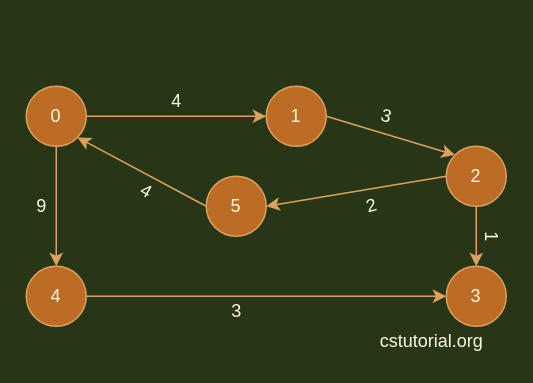
This is page "Page-1" (1 of 7) of dijkstra.drawio from pustvts/pustvts-info, a draw.io file, before an edit. Source tidied: cells renumbered, new cells numbered last; positions are measured from the earlier drawing's top-left corner, leaving out a move shared by most shapes. Both pictures are drawn from the tidied source at 150%, with x=0, y=0 at pixel (26, 86).
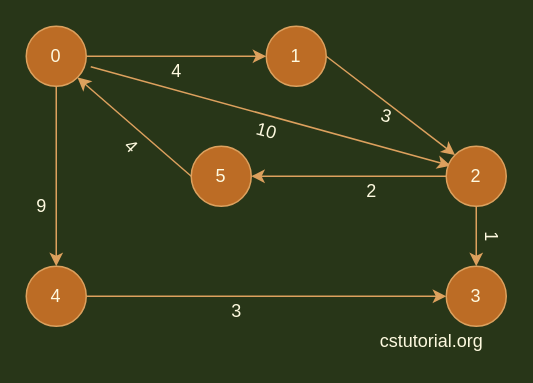
The same diagram, later.

The change refers to these unchanged cells:
```xml
<mxCell id="9" value="2" style="ellipse;whiteSpace=wrap;html=1;fillColor=#BC6C25;strokeColor=#DDA15E;fontColor=#FEFAE0;" parent="1" vertex="1">
  <mxGeometry x="280" y="40" width="40" height="40" as="geometry" />
</mxCell>
```

Change to the diagram source:
```diff
@@
+    <mxCell id="23" style="rounded=1;sketch=0;jettySize=auto;html=1;exitX=1.075;exitY=0.675;exitDx=0;exitDy=0;entryX=0.075;entryY=0.325;entryDx=0;entryDy=0;fontColor=#FEFAE0;strokeColor=#DDA15E;fillColor=#BC6C25;entryPerimeter=0;exitPerimeter=0;" parent="1" edge="1" source="4" target="9">
+      <mxGeometry relative="1" as="geometry" />
+    </mxCell>
     <mxCell id="4" value="0" style="ellipse;whiteSpace=wrap;html=1;fillColor=#BC6C25;strokeColor=#DDA15E;fontColor=#FEFAE0;" parent="1" vertex="1">
-      <mxGeometry width="40" height="40" as="geometry" />
+      <mxGeometry y="-40" width="40" height="40" as="geometry" />
     </mxCell>
@@
     <mxCell id="6" value="1" style="ellipse;whiteSpace=wrap;html=1;fillColor=#BC6C25;strokeColor=#DDA15E;fontColor=#FEFAE0;" parent="1" vertex="1">
-      <mxGeometry x="160" width="40" height="40" as="geometry" />
+      <mxGeometry x="160" y="-40" width="40" height="40" as="geometry" />
     </mxCell>
@@
     <mxCell id="14" value="5" style="ellipse;whiteSpace=wrap;html=1;fillColor=#BC6C25;strokeColor=#DDA15E;fontColor=#FEFAE0;" parent="1" vertex="1">
-      <mxGeometry x="120" y="60" width="40" height="40" as="geometry" />
+      <mxGeometry x="110" y="40" width="40" height="40" as="geometry" />
     </mxCell>
     <mxCell id="15" value="4" style="text;html=1;align=center;verticalAlign=middle;strokeColor=none;fillColor=none;fontColor=#FEFAE0;" parent="1" vertex="1">
-      <mxGeometry x="90" width="20" height="20" as="geometry" />
+      <mxGeometry x="90" y="-20" width="20" height="20" as="geometry" />
     </mxCell>
@@
-    <mxCell id="20" value="2" style="text;html=1;align=center;verticalAlign=middle;strokeColor=none;fillColor=none;fontColor=#FEFAE0;rotation=-15;" parent="1" vertex="1">
-      <mxGeometry x="220" y="70" width="20" height="20" as="geometry" />
+    <mxCell id="20" value="2" style="text;html=1;align=center;verticalAlign=middle;strokeColor=none;fillColor=none;fontColor=#FEFAE0;rotation=0;" parent="1" vertex="1">
+      <mxGeometry x="220" y="60" width="20" height="20" as="geometry" />
     </mxCell>
-    <mxCell id="21" value="4" style="text;html=1;align=center;verticalAlign=middle;strokeColor=none;fillColor=none;fontColor=#FEFAE0;rotation=30;" parent="1" vertex="1">
-      <mxGeometry x="70" y="60" width="20" height="20" as="geometry" />
+    <mxCell id="21" value="4" style="text;html=1;align=center;verticalAlign=middle;strokeColor=none;fillColor=none;fontColor=#FEFAE0;rotation=45;" parent="1" vertex="1">
+      <mxGeometry x="60" y="30" width="20" height="20" as="geometry" />
     </mxCell>
@@
+    <mxCell id="24" value="10" style="text;html=1;align=center;verticalAlign=middle;strokeColor=none;fillColor=none;fontColor=#FEFAE0;rotation=15;" parent="1" vertex="1">
+      <mxGeometry x="145" y="20" width="30" height="20" as="geometry" />
+    </mxCell>
```
